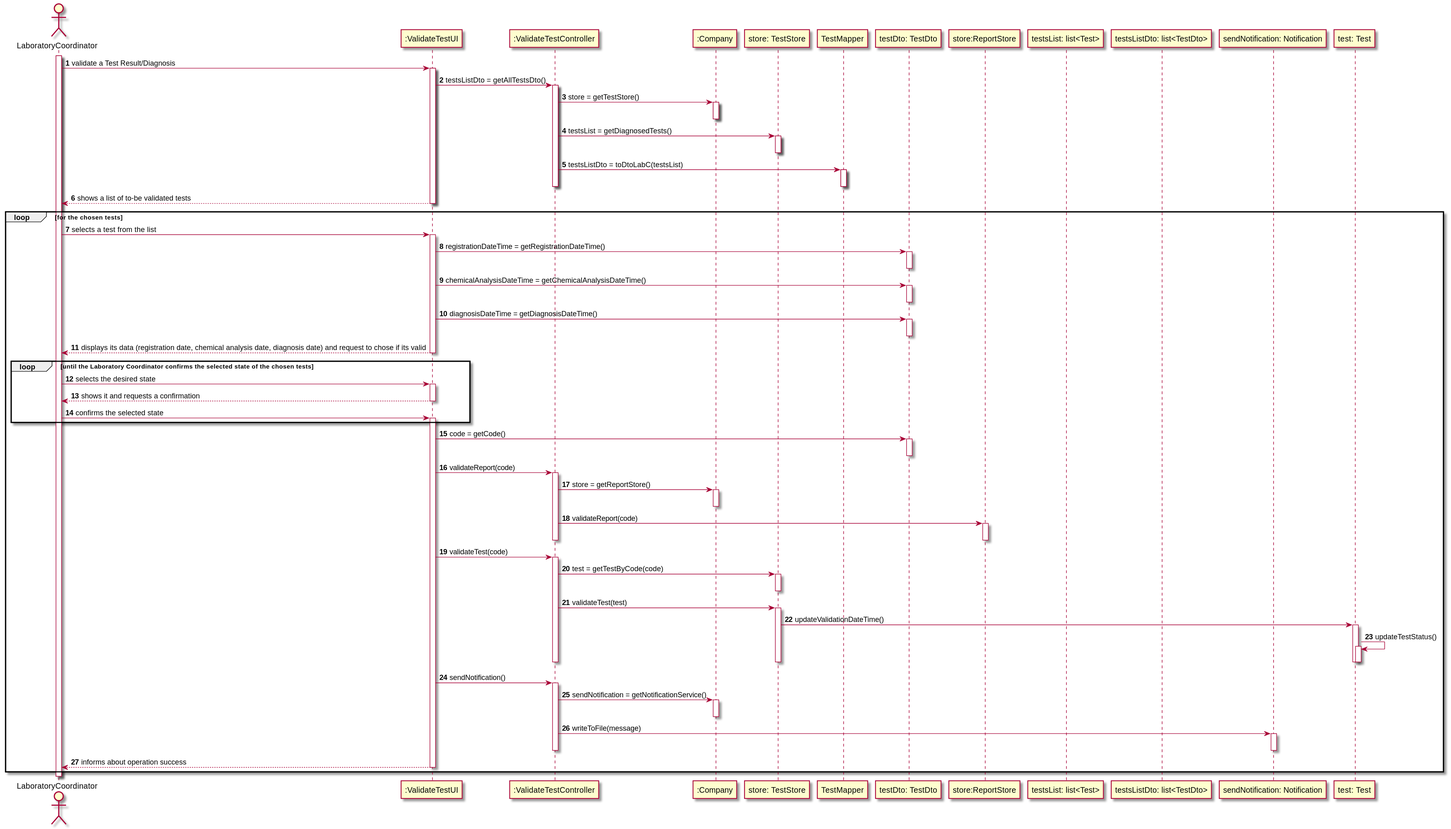
0franciscor/lei-21-s2-1de-g19 keeps this PlantUML diagram as docs/SprintC/US15/US15-SD.svg. Above is the earlier version.
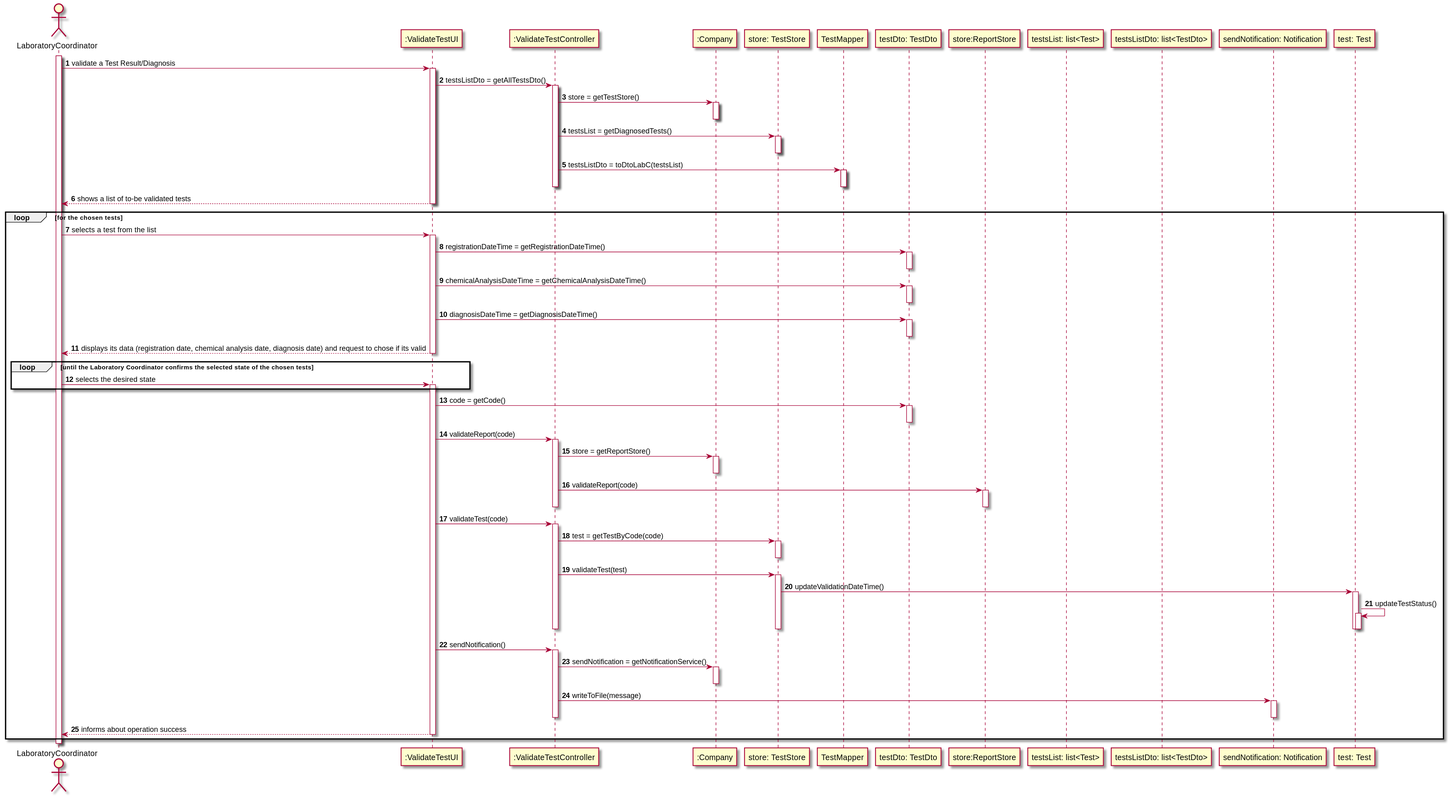
The same file after the commit.

Change to the diagram source:
```diff
@@ -81,11 +81,6 @@
 activate validateTestUI
 
 
-validateTestUI --> labC : shows it and requests a confirmation
-deactivate validateTestUI
-
-labC -> validateTestUI : confirms the selected state
-activate validateTestUI
 end
 
 
```
